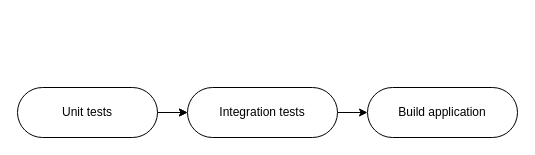
The draw.io diagram Testing UT pipeline.drawio in cjour/audit_logistics, before the edit. Source tidied: cells renumbered, new cells numbered last; positions are measured from the earlier drawing's top-left corner, leaving out a move shared by most shapes. Both pictures are drawn from the tidied source at 100%, with x=0, y=0 at pixel (17, 87).
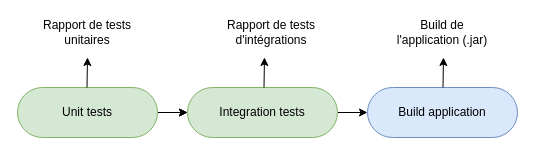
The same diagram, later.

Commit message (it also covers changes not shown here):
Mettre à jour Testing UT pipeline.drawio

Change to the diagram source:
```diff
@@
 <mxGraphModel>
   <root>
     <mxCell id="0" />
     <mxCell id="1" parent="0" />
-    <mxCell id="2" value="Build application" style="rounded=1;whiteSpace=wrap;html=1;arcSize=50;" parent="1" vertex="1">
+    <mxCell id="2" value="Build application" style="rounded=1;whiteSpace=wrap;html=1;arcSize=50;fillColor=#dae8fc;strokeColor=#6c8ebf;" parent="1" vertex="1">
       <mxGeometry x="350" width="150" height="50" as="geometry" />
     </mxCell>
     <mxCell id="3" style="endArrow=classic;html=1;rounded=0;entryX=0;entryY=0.5;entryDx=0;entryDy=0;exitX=1;exitY=0.5;exitDx=0;exitDy=0;" parent="1" edge="1" source="4" target="2">
       <mxGeometry relative="1" as="geometry" />
     </mxCell>
-    <mxCell id="4" value="Integration tests" style="rounded=1;whiteSpace=wrap;html=1;arcSize=50;" parent="1" vertex="1">
+    <mxCell id="4" value="Integration tests" style="rounded=1;whiteSpace=wrap;html=1;arcSize=50;fillColor=#d5e8d4;strokeColor=#82b366;" parent="1" vertex="1">
       <mxGeometry x="170" width="150" height="50" as="geometry" />
     </mxCell>
     <mxCell id="5" style="endArrow=classic;html=1;rounded=0;entryX=0;entryY=0.5;entryDx=0;entryDy=0;exitX=1;exitY=0.5;exitDx=0;exitDy=0;" parent="1" edge="1" source="7" target="4">
       <mxGeometry relative="1" as="geometry" />
     </mxCell>
     <mxCell id="6" style="edgeStyle=orthogonalEdgeStyle;rounded=0;jettySize=auto;html=1;" parent="1" edge="1" source="7" target="4">
       <mxGeometry relative="1" as="geometry" />
     </mxCell>
-    <mxCell id="7" value="Unit tests" style="rounded=1;whiteSpace=wrap;html=1;arcSize=50;" parent="1" vertex="1">
+    <mxCell id="7" value="Unit tests" style="rounded=1;whiteSpace=wrap;html=1;arcSize=50;fillColor=#d5e8d4;strokeColor=#82b366;" parent="1" vertex="1">
       <mxGeometry width="140" height="50" as="geometry" />
     </mxCell>
+    <mxCell id="8" style="endArrow=classic;html=1;rounded=0;" parent="1" edge="1">
+      <mxGeometry relative="1" as="geometry">
+        <mxPoint x="69.5" as="sourcePoint" />
+        <mxPoint x="70" y="-30" as="targetPoint" />
+      </mxGeometry>
+    </mxCell>
+    <mxCell id="9" style="endArrow=classic;html=1;rounded=0;" parent="1" edge="1">
+      <mxGeometry relative="1" as="geometry">
+        <mxPoint x="246.5" as="sourcePoint" />
+        <mxPoint x="247" y="-30" as="targetPoint" />
+      </mxGeometry>
+    </mxCell>
+    <mxCell id="10" style="endArrow=classic;html=1;rounded=0;" parent="1" edge="1">
+      <mxGeometry relative="1" as="geometry">
+        <mxPoint x="425.5" as="sourcePoint" />
+        <mxPoint x="426" y="-30" as="targetPoint" />
+      </mxGeometry>
+    </mxCell>
+    <mxCell id="11" value="Rapport de tests unitaires" style="text;html=1;strokeColor=none;fillColor=none;align=center;verticalAlign=middle;whiteSpace=wrap;rounded=0;" parent="1" vertex="1">
+      <mxGeometry x="20" y="-70" width="100" height="30" as="geometry" />
+    </mxCell>
+    <mxCell id="12" value="Build de l'application (.jar)" style="text;html=1;strokeColor=none;fillColor=none;align=center;verticalAlign=middle;whiteSpace=wrap;rounded=0;" parent="1" vertex="1">
+      <mxGeometry x="375" y="-70" width="100" height="30" as="geometry" />
+    </mxCell>
+    <mxCell id="13" value="Rapport de tests d'intégrations" style="text;html=1;strokeColor=none;fillColor=none;align=center;verticalAlign=middle;whiteSpace=wrap;rounded=0;" parent="1" vertex="1">
+      <mxGeometry x="204" y="-70" width="100" height="30" as="geometry" />
+    </mxCell>
   </root>
 </mxGraphModel>
```
